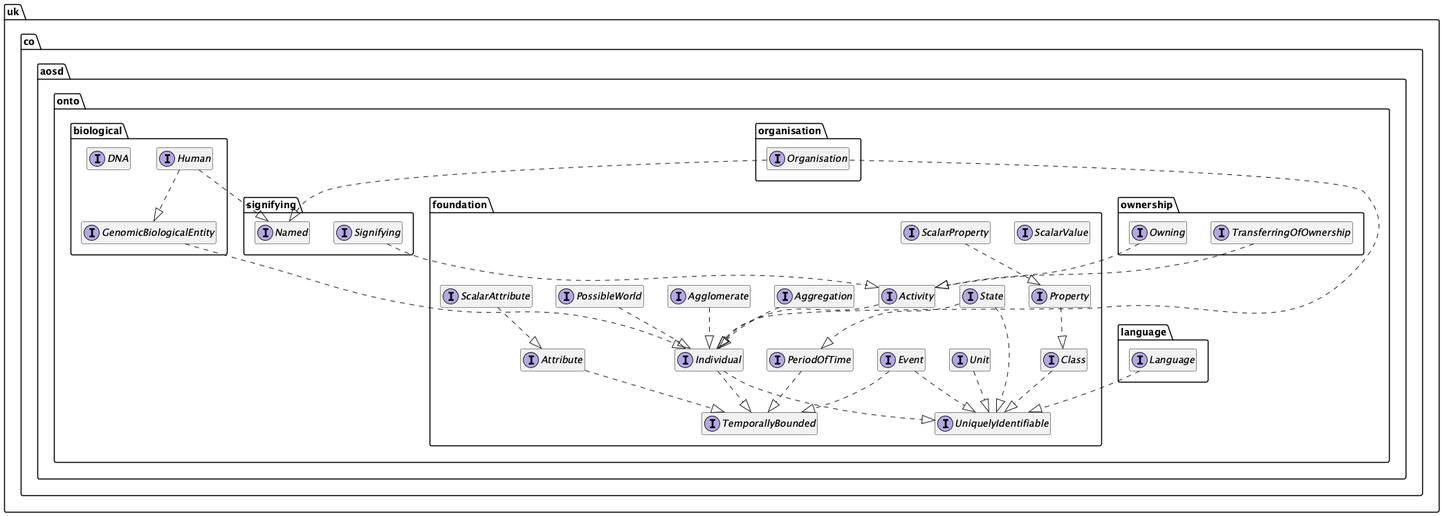
Before: blog2/uml.png, a diagram exported from PlantUML (twalmsley/twalmsley.github.io).
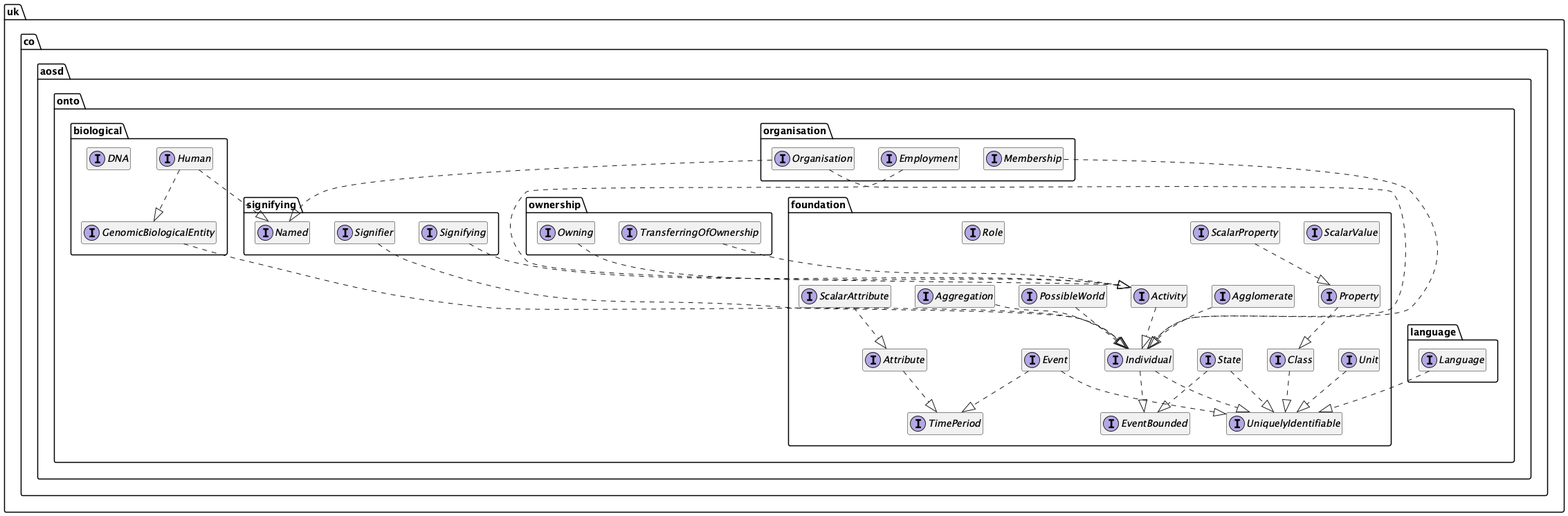
The same file after the commit.

Diff of the diagram source:
```diff
@@ -22,7 +22,7 @@
 
 
 interface uk.co.aosd.onto.foundation.Agglomerate {
-	{method}  {abstract} +members () : java.util.Set
+	{method}  {abstract} +parts () : java.util.Set
 }
 
 
@@ -46,22 +46,28 @@
 }
 
 
+interface uk.co.aosd.onto.foundation.EventBounded {
+	{method}  {abstract} +beginning () : uk.co.aosd.onto.foundation.Event
+	{method}  {abstract} +ending () : uk.co.aosd.onto.foundation.Event
+}
+
+
 interface uk.co.aosd.onto.foundation.Individual {
 }
 
 
-interface uk.co.aosd.onto.foundation.PeriodOfTime {
-	{method}  {abstract} +duration () : java.time.Duration
-}
-
-
 interface uk.co.aosd.onto.foundation.PossibleWorld {
-	{method}  {abstract} +members () : java.util.Set
+	{method}  {abstract} +parts () : java.util.Set
 }
 
 
 interface uk.co.aosd.onto.foundation.Property {
 	{method}  {abstract} +property () : Object
+}
+
+
+interface uk.co.aosd.onto.foundation.Role {
+	{method}  {abstract} +name () : String
 }
 
 
@@ -84,9 +90,10 @@
 }
 
 
-interface uk.co.aosd.onto.foundation.TemporallyBounded {
-	{method}  {abstract} +beginning () : java.util.Optional
-	{method}  {abstract} +ending () : java.util.Optional
+interface uk.co.aosd.onto.foundation.TimePeriod {
+	{method} +duration () : java.util.Optional
+	{method}  {abstract} +from () : java.util.Optional
+	{method}  {abstract} +to () : java.util.Optional
 }
 
 
@@ -105,7 +112,23 @@
 }
 
 
+interface uk.co.aosd.onto.organisation.Employment {
+	{method}  {abstract} +contract () : java.util.Optional
+	{method}  {abstract} +employee () : uk.co.aosd.onto.biological.Human
+	{method}  {abstract} +employer () : uk.co.aosd.onto.organisation.Organisation
+}
+
+
+interface uk.co.aosd.onto.organisation.Membership {
+	{method}  {abstract} +member () : uk.co.aosd.onto.biological.Human
+	{method}  {abstract} +role () : uk.co.aosd.onto.foundation.Role
+}
+
+
 interface uk.co.aosd.onto.organisation.Organisation {
+	{method}  {abstract} +members () : uk.co.aosd.onto.foundation.Class
+	{method}  {abstract} +purpose () : String
+	{method}  {abstract} +units () : uk.co.aosd.onto.foundation.Class
 }
 
 
@@ -126,6 +149,11 @@
 }
 
 
+interface uk.co.aosd.onto.signifying.Signifier {
+	{method}  {abstract} +name () : Object
+}
+
+
 interface uk.co.aosd.onto.signifying.Signifying {
 	{method}  {abstract} +name () : Object
 	{method}  {abstract} +named () : uk.co.aosd.onto.foundation.UniquelyIdentifiable
@@ -140,25 +168,27 @@
 uk.co.aosd.onto.foundation.Activity ..|>  uk.co.aosd.onto.foundation.Individual
 uk.co.aosd.onto.foundation.Agglomerate ..|>  uk.co.aosd.onto.foundation.Individual
 uk.co.aosd.onto.foundation.Aggregation ..|>  uk.co.aosd.onto.foundation.Individual
-uk.co.aosd.onto.foundation.Attribute ..|>  uk.co.aosd.onto.foundation.TemporallyBounded
+uk.co.aosd.onto.foundation.Attribute ..|>  uk.co.aosd.onto.foundation.TimePeriod
 uk.co.aosd.onto.foundation.Class ..|>  uk.co.aosd.onto.foundation.UniquelyIdentifiable
-uk.co.aosd.onto.foundation.Event ..|>  uk.co.aosd.onto.foundation.TemporallyBounded
+uk.co.aosd.onto.foundation.Event ..|>  uk.co.aosd.onto.foundation.TimePeriod
 uk.co.aosd.onto.foundation.Event ..|>  uk.co.aosd.onto.foundation.UniquelyIdentifiable
-uk.co.aosd.onto.foundation.Individual ..|>  uk.co.aosd.onto.foundation.TemporallyBounded
+uk.co.aosd.onto.foundation.Individual ..|>  uk.co.aosd.onto.foundation.EventBounded
 uk.co.aosd.onto.foundation.Individual ..|>  uk.co.aosd.onto.foundation.UniquelyIdentifiable
-uk.co.aosd.onto.foundation.PeriodOfTime ..|>  uk.co.aosd.onto.foundation.TemporallyBounded
 uk.co.aosd.onto.foundation.PossibleWorld ..|>  uk.co.aosd.onto.foundation.Individual
 uk.co.aosd.onto.foundation.Property ..|>  uk.co.aosd.onto.foundation.Class
 uk.co.aosd.onto.foundation.ScalarAttribute ..|>  uk.co.aosd.onto.foundation.Attribute
 uk.co.aosd.onto.foundation.ScalarProperty ..|>  uk.co.aosd.onto.foundation.Property
-uk.co.aosd.onto.foundation.State ..|>  uk.co.aosd.onto.foundation.PeriodOfTime
+uk.co.aosd.onto.foundation.State ..|>  uk.co.aosd.onto.foundation.EventBounded
 uk.co.aosd.onto.foundation.State ..|>  uk.co.aosd.onto.foundation.UniquelyIdentifiable
 uk.co.aosd.onto.foundation.Unit ..|>  uk.co.aosd.onto.foundation.UniquelyIdentifiable
 uk.co.aosd.onto.language.Language ..|>  uk.co.aosd.onto.foundation.UniquelyIdentifiable
+uk.co.aosd.onto.organisation.Employment ..|>  uk.co.aosd.onto.foundation.Activity
+uk.co.aosd.onto.organisation.Membership ..|>  uk.co.aosd.onto.foundation.Individual
 uk.co.aosd.onto.organisation.Organisation ..|>  uk.co.aosd.onto.foundation.Individual
 uk.co.aosd.onto.organisation.Organisation ..|>  uk.co.aosd.onto.signifying.Named
 uk.co.aosd.onto.ownership.Owning ..|>  uk.co.aosd.onto.foundation.Activity
 uk.co.aosd.onto.ownership.TransferringOfOwnership ..|>  uk.co.aosd.onto.foundation.Activity
+uk.co.aosd.onto.signifying.Signifier ..|>  uk.co.aosd.onto.foundation.Individual
 uk.co.aosd.onto.signifying.Signifying ..|>  uk.co.aosd.onto.foundation.Activity
 
 hide fields
```
